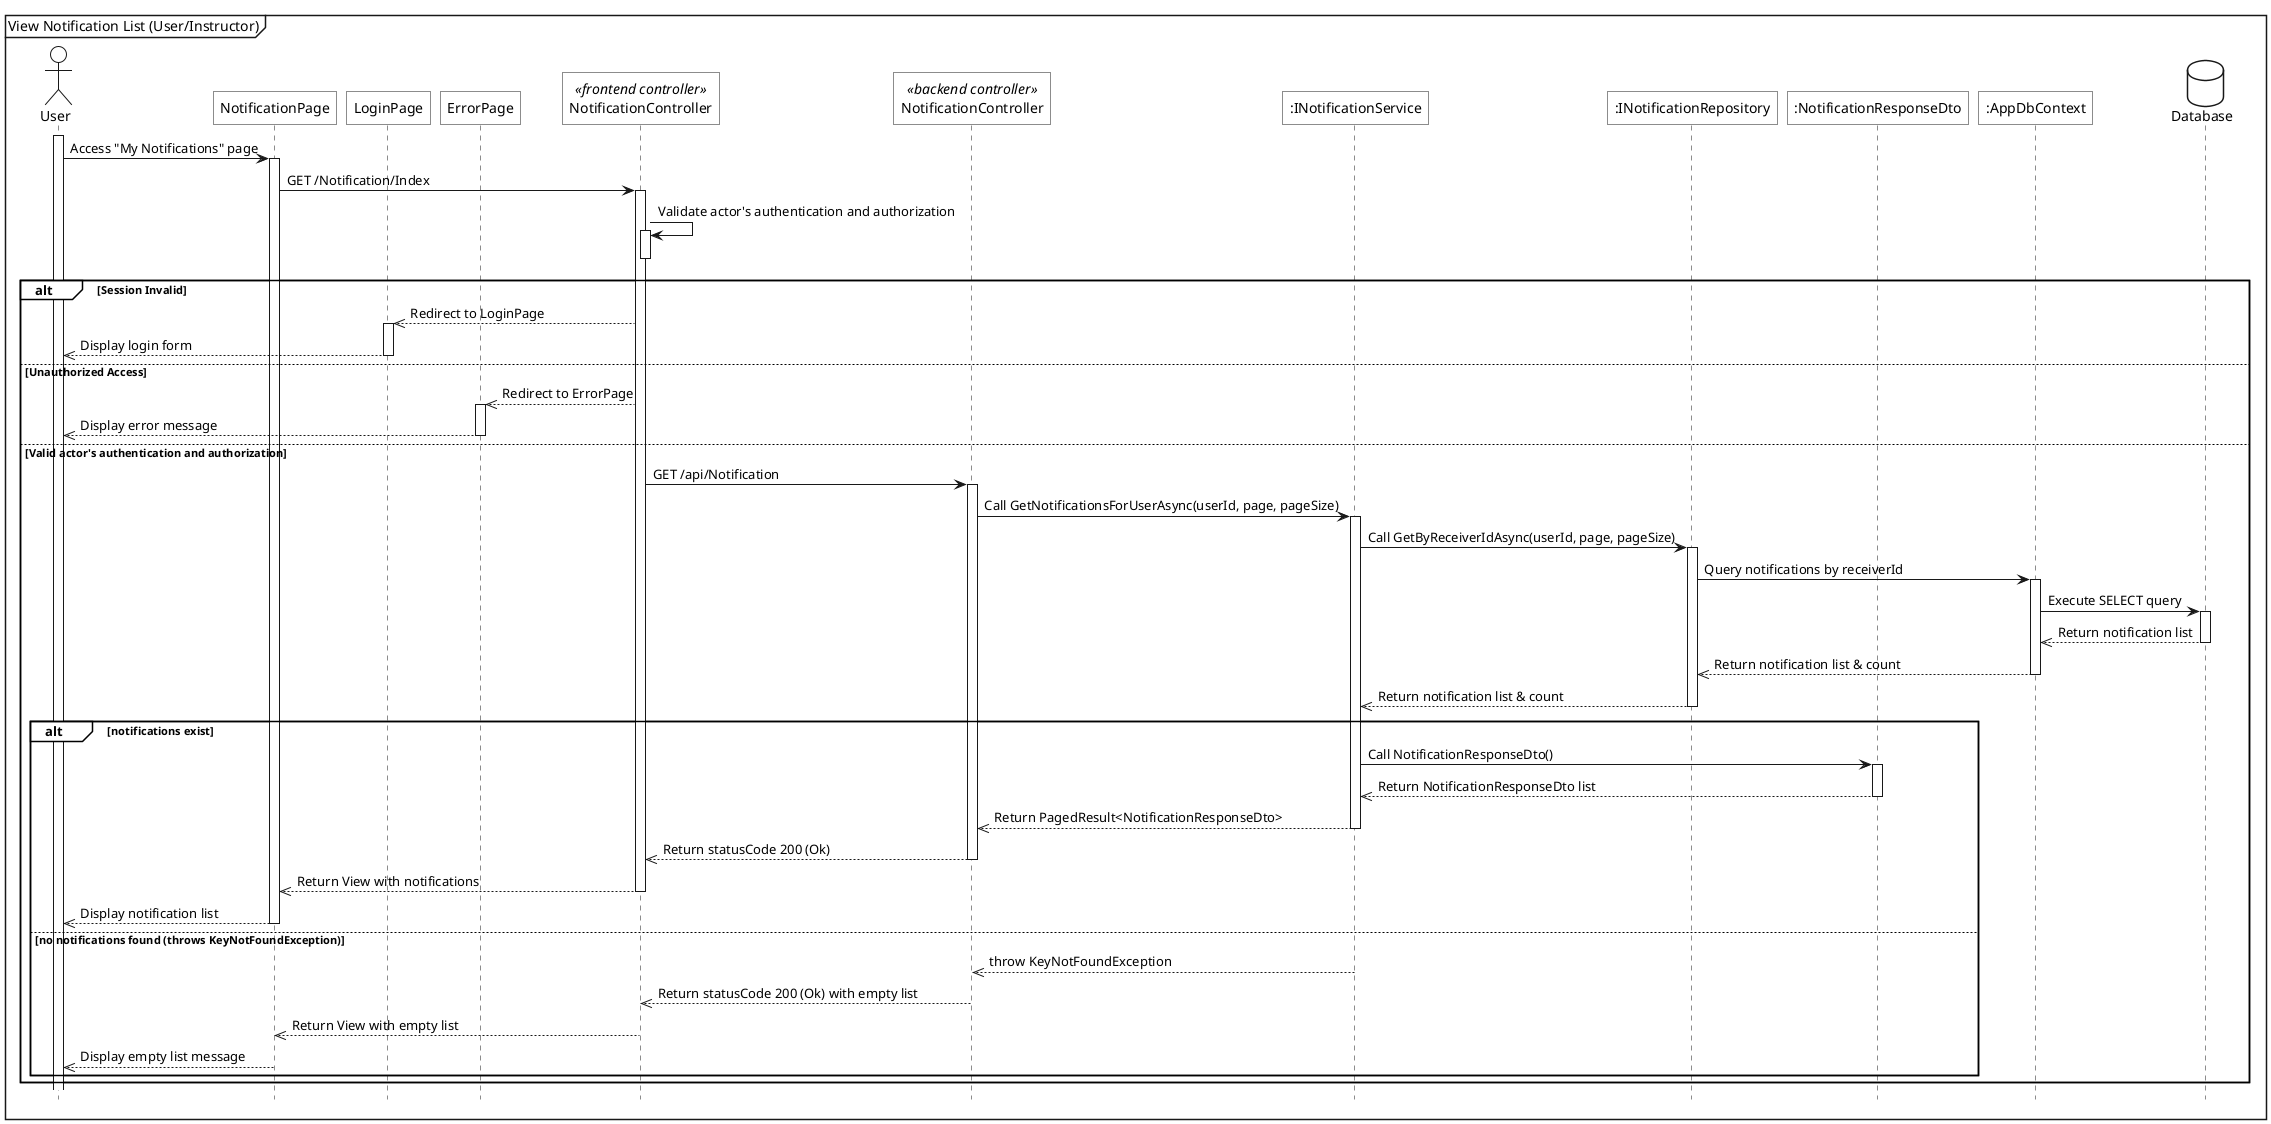
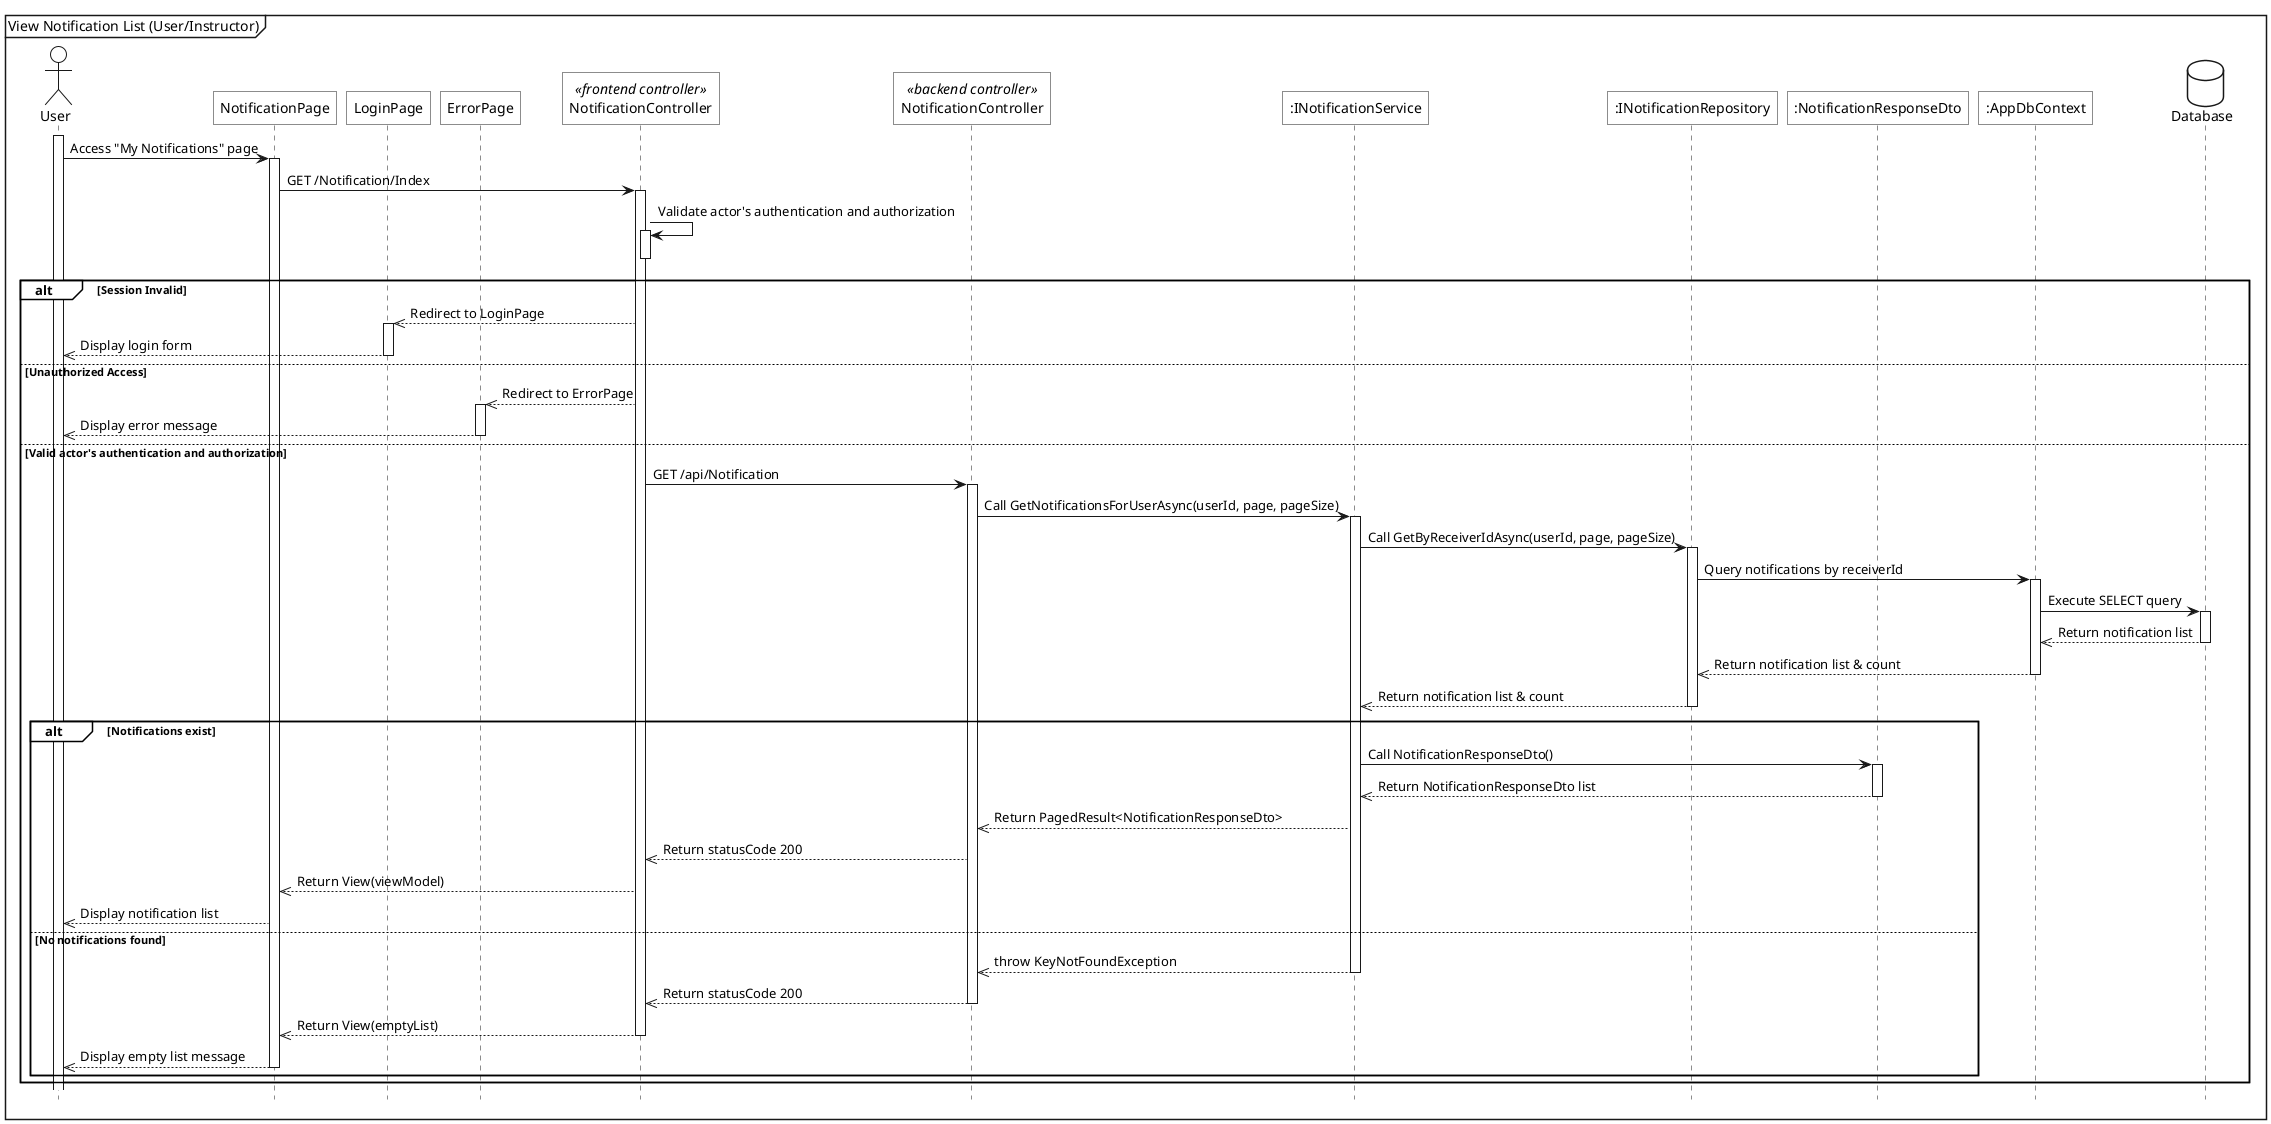
@startuml
<style>
    sequenceDiagram{
        actor{
            BackgroundColor white
            LineThickness 1.0
        }
        participant{
            BackgroundColor white
            RoundCorner 0
        }
        database{
            BackgroundColor white
        }
        groupHeader{
            BackgroundColor white
        }
        referenceHeader{
            BackgroundColor white
        }
        reference{
            BackgroundColor white
        }
    }
</style>

hide footbox

mainframe View Notification List (User/Instructor)

actor User as act
participant "NotificationPage" as view
participant "LoginPage" as login_view
- participant "ErrorPage" as error_page
+ participant "ErrorPage" as error_view
participant "NotificationController" as fe_ctrl <<frontend controller>>
participant "NotificationController" as be_ctrl <<backend controller>>
participant ":INotificationService" as sv
participant ":INotificationRepository" as repo
participant ":NotificationResponseDto" as notif_dto
participant ":AppDbContext" as ctx
database Database as db

act++
act->view++: Access "My Notifications" page
view->fe_ctrl++: GET /Notification/Index

fe_ctrl -> fe_ctrl++: Validate actor's authentication and authorization
fe_ctrl--

alt Session Invalid
    fe_ctrl -->> login_view: Redirect to LoginPage
    activate login_view
    login_view -->> act--: Display login form
else Unauthorized Access
-     fe_ctrl -->> error_page: Redirect to ErrorPage
-     activate error_page
-     error_page -->> act--: Display error message
+     fe_ctrl -->> error_view: Redirect to ErrorPage
+     activate error_view
+     error_view -->> act--: Display error message
else Valid actor's authentication and authorization
    fe_ctrl->be_ctrl++: GET /api/Notification

    be_ctrl->sv++: Call GetNotificationsForUserAsync(userId, page, pageSize)
    sv->repo++: Call GetByReceiverIdAsync(userId, page, pageSize)
    repo->ctx++: Query notifications by receiverId
    ctx->db++: Execute SELECT query
    db-->>ctx--: Return notification list
    ctx-->>repo--: Return notification list & count
    repo-->>sv--: Return notification list & count

-     alt notifications exist
+     alt Notifications exist
        sv->notif_dto++: Call NotificationResponseDto()
        notif_dto-->>sv--: Return NotificationResponseDto list
-         sv-->>be_ctrl--: Return PagedResult<NotificationResponseDto>
-         be_ctrl-->>fe_ctrl--: Return statusCode 200 (Ok)
-         fe_ctrl-->>view--: Return View with notifications
-         view-->>act--: Display notification list
-     else no notifications found (throws KeyNotFoundException)
+         sv-->>be_ctrl: Return PagedResult<NotificationResponseDto>
+         be_ctrl-->>fe_ctrl: Return statusCode 200
+         fe_ctrl-->>view: Return View(viewModel)
+         view-->>act: Display notification list
+     else No notifications found
        sv-->>be_ctrl--: throw KeyNotFoundException
-         be_ctrl-->>fe_ctrl--: Return statusCode 200 (Ok) with empty list
-         fe_ctrl-->>view--: Return View with empty list
+         be_ctrl-->>fe_ctrl--: Return statusCode 200
+         fe_ctrl-->>view--: Return View(emptyList)
        view-->>act--: Display empty list message
    end
end

@enduml
